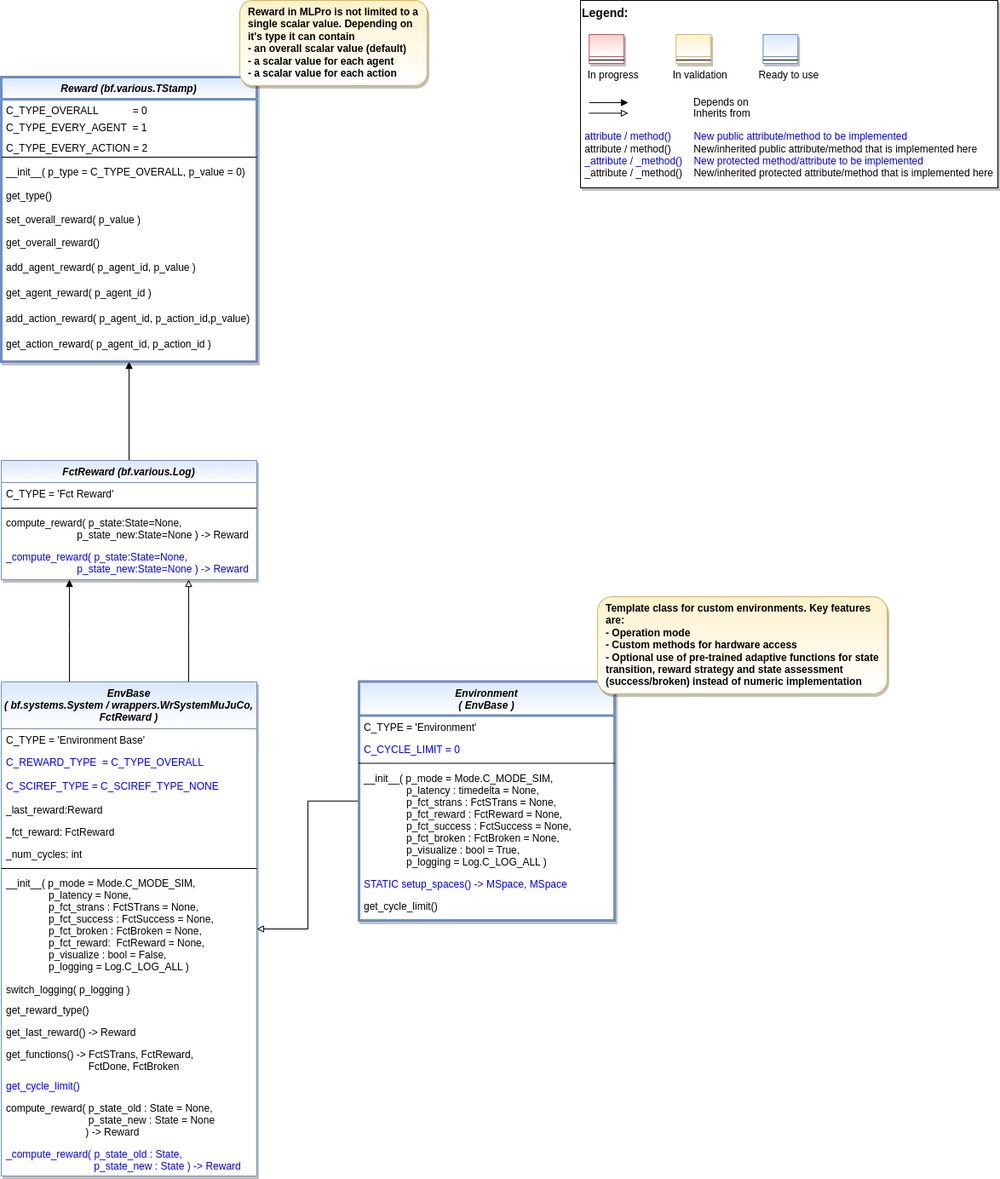
Above: doc/rtd/content/append2/core/images/rl/01_environments/MLPro-RL-Env_class_diagram.drawio.png in fhswf/MLPro (draw.io), before the change. Source tidied: cells renumbered, new cells last; positions are measured from the earlier drawing's top-left corner, leaving out a move shared by most shapes.
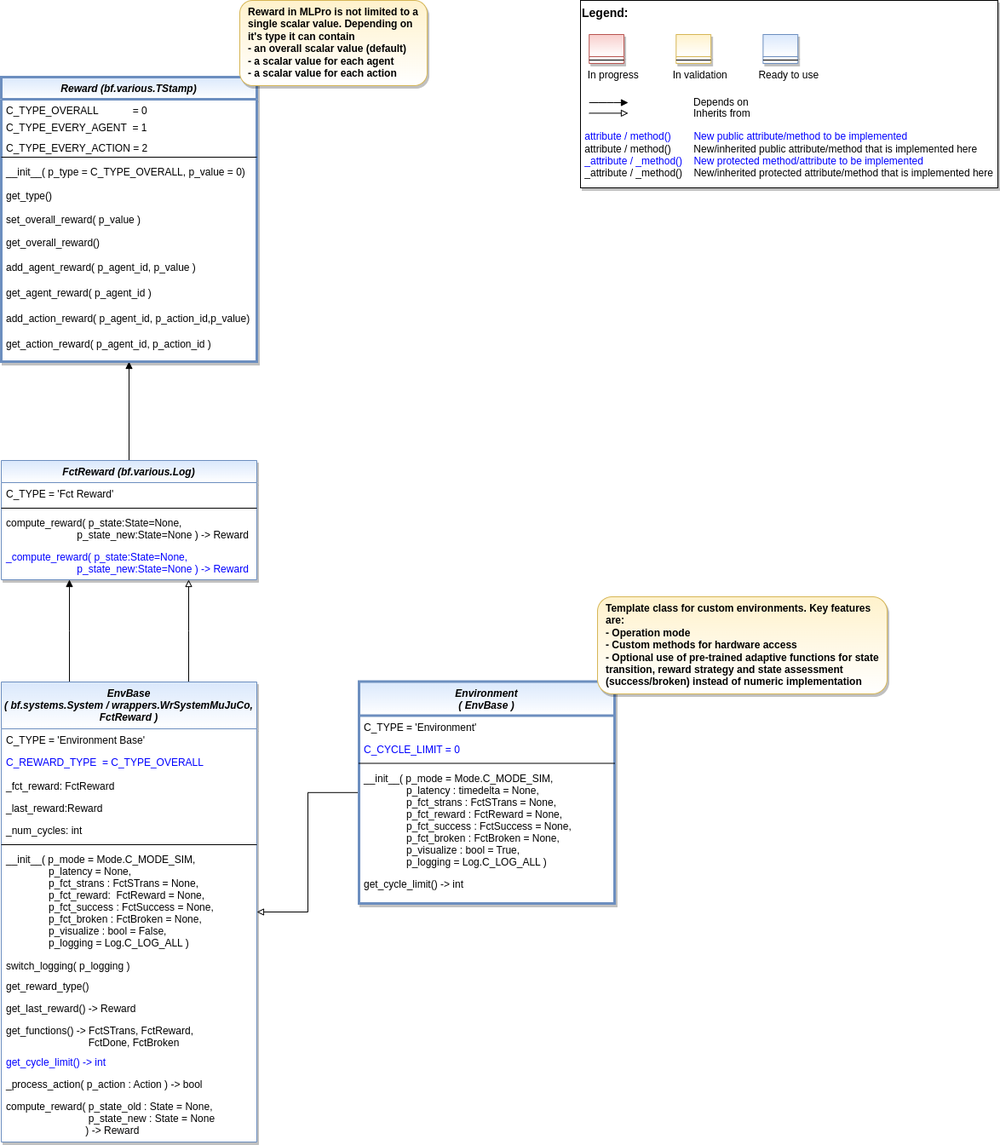
Later version of the same file.

The edit, as a diff of the source:
```diff
@@ -22,7 +22,7 @@
       </mxGeometry>
     </mxCell>
     <mxCell id="5" value="EnvBase &#10;( bf.systems.System / wrappers.WrSystemMuJuCo,&#10;FctReward )" style="swimlane;fontStyle=3;align=center;verticalAlign=top;horizontal=1;startSize=55;rounded=0;shadow=1;strokeWidth=1;fillColor=#dae8fc;strokeColor=#6c8ebf;gradientColor=#ffffff;swimlaneFillColor=#ffffff;" parent="1" vertex="1">
-      <mxGeometry y="800" width="300" height="580" as="geometry" />
+      <mxGeometry y="800" width="300" height="540" as="geometry" />
     </mxCell>
     <mxCell id="6" value="C_TYPE = 'Environment Base'" style="text;align=left;verticalAlign=top;spacingLeft=4;spacingRight=4;overflow=hidden;" parent="5" vertex="1">
       <mxGeometry y="55" width="300" height="26" as="geometry" />
@@ -30,45 +30,42 @@
     <mxCell id="7" value="C_REWARD_TYPE  = C_TYPE_OVERALL" style="text;align=left;verticalAlign=top;spacingLeft=4;spacingRight=4;overflow=hidden;fontColor=#0000FF;" parent="5" vertex="1">
       <mxGeometry y="81" width="300" height="28" as="geometry" />
     </mxCell>
-    <mxCell id="8" value="C_SCIREF_TYPE = C_SCIREF_TYPE_NONE" style="text;align=left;verticalAlign=top;spacingLeft=4;spacingRight=4;overflow=hidden;fontColor=#0000FF;" parent="5" vertex="1">
-      <mxGeometry y="109" width="300" height="28" as="geometry" />
-    </mxCell>
+    <mxCell id="10" value="_fct_reward: FctReward" style="text;align=left;verticalAlign=top;spacingLeft=4;spacingRight=4;overflow=hidden;" parent="5" vertex="1">
+      <mxGeometry y="109" width="300" height="26" as="geometry" />
+    </mxCell>
     <mxCell id="9" value="_last_reward:Reward" style="text;align=left;verticalAlign=top;spacingLeft=4;spacingRight=4;overflow=hidden;" parent="5" vertex="1">
-      <mxGeometry y="137" width="300" height="26" as="geometry" />
+      <mxGeometry y="135" width="300" height="26" as="geometry" />
     </mxCell>
-    <mxCell id="10" value="_fct_reward: FctReward" style="text;align=left;verticalAlign=top;spacingLeft=4;spacingRight=4;overflow=hidden;" parent="5" vertex="1">
-      <mxGeometry y="163" width="300" height="26" as="geometry" />
-    </mxCell>
     <mxCell id="11" value="_num_cycles: int" style="text;align=left;verticalAlign=top;spacingLeft=4;spacingRight=4;overflow=hidden;" parent="5" vertex="1">
-      <mxGeometry y="189" width="300" height="26" as="geometry" />
+      <mxGeometry y="161" width="300" height="26" as="geometry" />
     </mxCell>
     <mxCell id="12" style="line;html=1;strokeWidth=1;align=left;verticalAlign=middle;spacingTop=-1;spacingLeft=3;spacingRight=3;labelPosition=right;" parent="5" vertex="1">
-      <mxGeometry y="215" width="300" height="8" as="geometry" />
+      <mxGeometry y="187" width="300" height="8" as="geometry" />
     </mxCell>
-    <mxCell id="13" value="__init__( p_mode = Mode.C_MODE_SIM,&#10;               p_latency = None, &#10;               p_fct_strans : FctSTrans = None,&#10;               p_fct_success : FctSuccess = None,&#10;               p_fct_broken : FctBroken = None,&#10;               p_fct_reward:  FctReward = None,&#10;               p_visualize : bool = False,&#10;               p_logging = Log.C_LOG_ALL )" style="text;align=left;verticalAlign=top;spacingLeft=4;spacingRight=4;overflow=hidden;" parent="5" vertex="1">
-      <mxGeometry y="223" width="300" height="125" as="geometry" />
+    <mxCell id="13" value="__init__( p_mode = Mode.C_MODE_SIM,&#10;               p_latency = None, &#10;               p_fct_strans : FctSTrans = None,&#10;               p_fct_reward:  FctReward = None,&#10;               p_fct_success : FctSuccess = None,&#10;               p_fct_broken : FctBroken = None,&#10;               p_visualize : bool = False,&#10;               p_logging = Log.C_LOG_ALL )" style="text;align=left;verticalAlign=top;spacingLeft=4;spacingRight=4;overflow=hidden;" parent="5" vertex="1">
+      <mxGeometry y="195" width="300" height="125" as="geometry" />
     </mxCell>
     <mxCell id="14" value="switch_logging( p_logging )" style="text;align=left;verticalAlign=top;spacingLeft=4;spacingRight=4;overflow=hidden;" parent="5" vertex="1">
-      <mxGeometry y="348" width="300" height="24" as="geometry" />
+      <mxGeometry y="320" width="300" height="24" as="geometry" />
     </mxCell>
     <mxCell id="15" value="get_reward_type()" style="text;align=left;verticalAlign=top;spacingLeft=4;spacingRight=4;overflow=hidden;" parent="5" vertex="1">
-      <mxGeometry y="372" width="300" height="26" as="geometry" />
+      <mxGeometry y="344" width="300" height="26" as="geometry" />
     </mxCell>
     <mxCell id="16" value="get_last_reward() -&gt; Reward" style="text;align=left;verticalAlign=top;spacingLeft=4;spacingRight=4;overflow=hidden;" parent="5" vertex="1">
-      <mxGeometry y="398" width="300" height="26" as="geometry" />
+      <mxGeometry y="370" width="300" height="26" as="geometry" />
     </mxCell>
     <mxCell id="17" value="get_functions() -&gt; FctSTrans, FctReward,&#10;                             FctDone, FctBroken" style="text;align=left;verticalAlign=top;spacingLeft=4;spacingRight=4;overflow=hidden;" parent="5" vertex="1">
-      <mxGeometry y="424" width="300" height="37" as="geometry" />
+      <mxGeometry y="396" width="300" height="37" as="geometry" />
     </mxCell>
-    <mxCell id="18" value="get_cycle_limit()" style="text;align=left;verticalAlign=top;spacingLeft=4;spacingRight=4;overflow=hidden;fontColor=#0000FF;" parent="5" vertex="1">
-      <mxGeometry y="461" width="300" height="26" as="geometry" />
+    <mxCell id="18" value="get_cycle_limit() -&gt; int" style="text;align=left;verticalAlign=top;spacingLeft=4;spacingRight=4;overflow=hidden;fontColor=#0000FF;" parent="5" vertex="1">
+      <mxGeometry y="433" width="300" height="26" as="geometry" />
     </mxCell>
+    <mxCell id="59" value="_process_action( p_action : Action ) -&gt; bool" style="text;align=left;verticalAlign=top;spacingLeft=4;spacingRight=4;overflow=hidden;" parent="5" vertex="1">
+      <mxGeometry y="459" width="300" height="26" as="geometry" />
+    </mxCell>
     <mxCell id="19" value="compute_reward( p_state_old : State = None,&#10;                             p_state_new : State = None&#10;                            ) -&gt; Reward" style="text;align=left;verticalAlign=top;spacingLeft=4;spacingRight=4;overflow=hidden;" parent="5" vertex="1">
-      <mxGeometry y="487" width="300" height="54" as="geometry" />
+      <mxGeometry y="485" width="300" height="54" as="geometry" />
     </mxCell>
-    <mxCell id="20" value="_compute_reward( p_state_old : State,&#10;                               p_state_new : State ) -&gt; Reward" style="text;align=left;verticalAlign=top;spacingLeft=4;spacingRight=4;overflow=hidden;fontColor=#0000FF;" parent="5" vertex="1">
-      <mxGeometry y="541" width="300" height="39" as="geometry" />
-    </mxCell>
     <mxCell id="21" style="group;" parent="1" vertex="1">
       <mxGeometry x="680" width="490" height="220" as="geometry" />
     </mxCell>
@@ -129,7 +126,7 @@
       <mxGeometry y="100" width="300" height="40" as="geometry" />
     </mxCell>
     <mxCell id="37" value="Environment &#10;( EnvBase )" style="swimlane;fontStyle=3;align=center;verticalAlign=top;horizontal=1;startSize=40;rounded=0;shadow=1;strokeWidth=3;fillColor=#dae8fc;strokeColor=#6c8ebf;gradientColor=#ffffff;swimlaneFillColor=#ffffff;" parent="1" vertex="1">
-      <mxGeometry x="420" y="799.5" width="300" height="280.5" as="geometry" />
+      <mxGeometry x="420" y="799.5" width="300" height="260.5" as="geometry" />
     </mxCell>
     <mxCell id="38" value="C_TYPE = 'Environment'" style="text;align=left;verticalAlign=top;spacingLeft=4;spacingRight=4;overflow=hidden;" parent="37" vertex="1">
       <mxGeometry y="40" width="300" height="26" as="geometry" />
@@ -143,11 +140,8 @@
     <mxCell id="41" value="__init__( p_mode = Mode.C_MODE_SIM,&#10;               p_latency : timedelta = None, &#10;               p_fct_strans : FctSTrans = None,&#10;               p_fct_reward : FctReward = None,&#10;               p_fct_success : FctSuccess = None,&#10;               p_fct_broken : FctBroken = None,&#10;               p_visualize : bool = True,&#10;               p_logging = Log.C_LOG_ALL )" style="text;align=left;verticalAlign=top;spacingLeft=4;spacingRight=4;overflow=hidden;" parent="37" vertex="1">
       <mxGeometry y="100" width="300" height="124" as="geometry" />
     </mxCell>
-    <mxCell id="42" value="STATIC setup_spaces() -&gt; MSpace, MSpace" style="text;align=left;verticalAlign=top;spacingLeft=4;spacingRight=4;overflow=hidden;fontColor=#0000FF;" parent="37" vertex="1">
-      <mxGeometry y="224" width="300" height="26" as="geometry" />
-    </mxCell>
-    <mxCell id="43" value="get_cycle_limit()" style="text;align=left;verticalAlign=top;spacingLeft=4;spacingRight=4;overflow=hidden;" parent="37" vertex="1">
-      <mxGeometry y="250" width="300" height="26" as="geometry" />
+    <mxCell id="43" value="get_cycle_limit() -&gt; int" style="text;align=left;verticalAlign=top;spacingLeft=4;spacingRight=4;overflow=hidden;" parent="37" vertex="1">
+      <mxGeometry y="224" width="300" height="26" as="geometry" />
     </mxCell>
     <mxCell id="44" value="Template class for custom environments. Key features are:&lt;br&gt;&lt;span style=&quot;background-color: initial;&quot;&gt;- Operation mode&lt;/span&gt;&lt;br&gt;&lt;span style=&quot;background-color: initial;&quot;&gt;- Custom methods for hardware access&lt;/span&gt;&lt;br&gt;&lt;span style=&quot;background-color: initial;&quot;&gt;- Optional use of pre-trained adaptive functions for state transition, reward strategy and state assessment (success/broken) instead of numeric implementation&lt;/span&gt;" style="rounded=1;whiteSpace=wrap;html=1;fillColor=#fff2cc;strokeColor=#d6b656;gradientColor=#FFFFFF;shadow=1;align=left;spacingLeft=8;fontStyle=1;verticalAlign=top;" parent="1" vertex="1">
       <mxGeometry x="700" y="700" width="340" height="114" as="geometry" />
```
